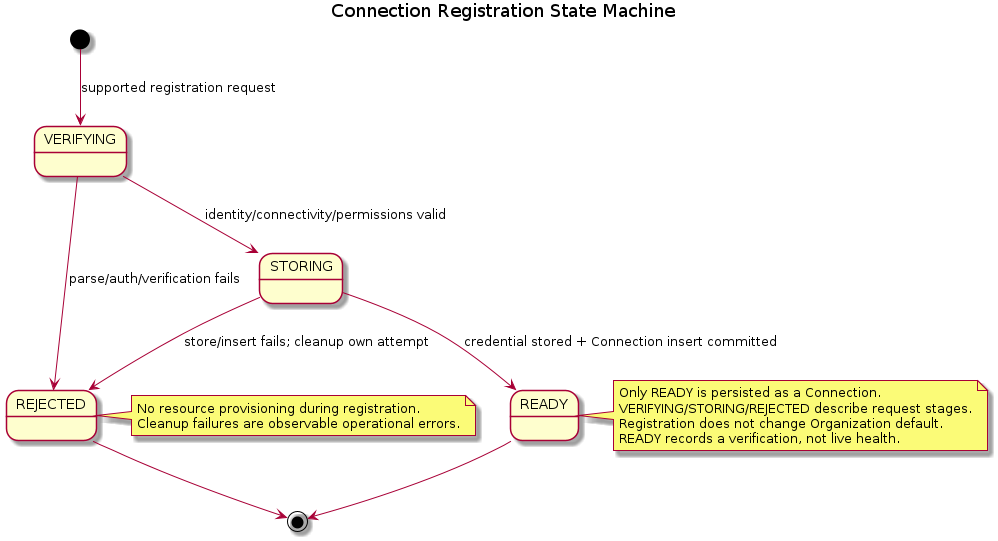
This is orchestrator_docs/architecture/state-machines/connection.png from pr3s3nt/poc, a PlantUML export, as it was before one commit. Its source is kept beside it as orchestrator_docs/architecture/state-machines/connection.puml. Source of this version:
```plantuml
@startuml
title Connection Registration State Machine
[*] --> VERIFYING : supported registration request
VERIFYING --> STORING : identity/connectivity/permissions valid
VERIFYING --> REJECTED : parse/auth/verification fails
STORING --> READY : credential stored + Connection insert committed
STORING --> REJECTED : store/insert fails; cleanup own attempt
READY --> [*]
REJECTED --> [*]
note right of READY
Only READY is persisted as a Connection.
VERIFYING/STORING/REJECTED describe request stages.
Registration does not change Organization default.
READY records a verification, not live health.
end note
note right of REJECTED
No resource provisioning during registration.
Cleanup failures are observable operational errors.
end note
@enduml
```
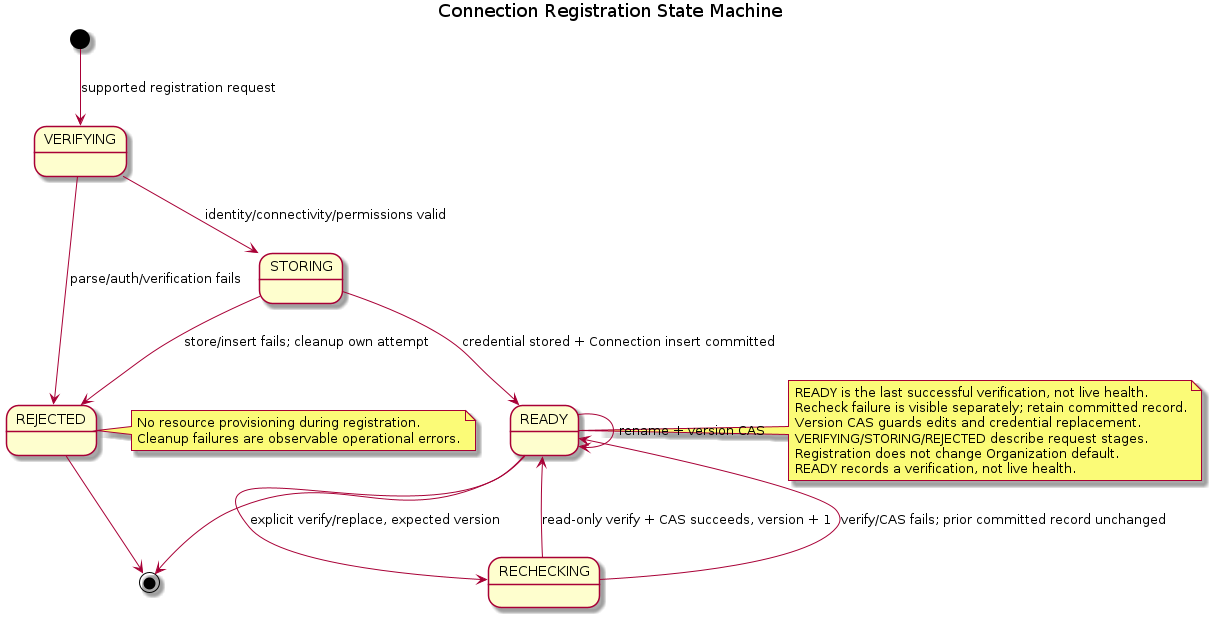
The same file after the commit.

What changed in the source:
```diff
@@ -5,10 +5,16 @@
 VERIFYING --> REJECTED : parse/auth/verification fails
 STORING --> READY : credential stored + Connection insert committed
 STORING --> REJECTED : store/insert fails; cleanup own attempt
+READY --> READY : rename + version CAS
+READY --> RECHECKING : explicit verify/replace, expected version
+RECHECKING --> READY : read-only verify + CAS succeeds, version + 1
+RECHECKING --> READY : verify/CAS fails; prior committed record unchanged
 READY --> [*]
 REJECTED --> [*]
 note right of READY
-Only READY is persisted as a Connection.
+READY is the last successful verification, not live health.
+Recheck failure is visible separately; retain committed record.
+Version CAS guards edits and credential replacement.
 VERIFYING/STORING/REJECTED describe request stages.
 Registration does not change Organization default.
 READY records a verification, not live health.
```
